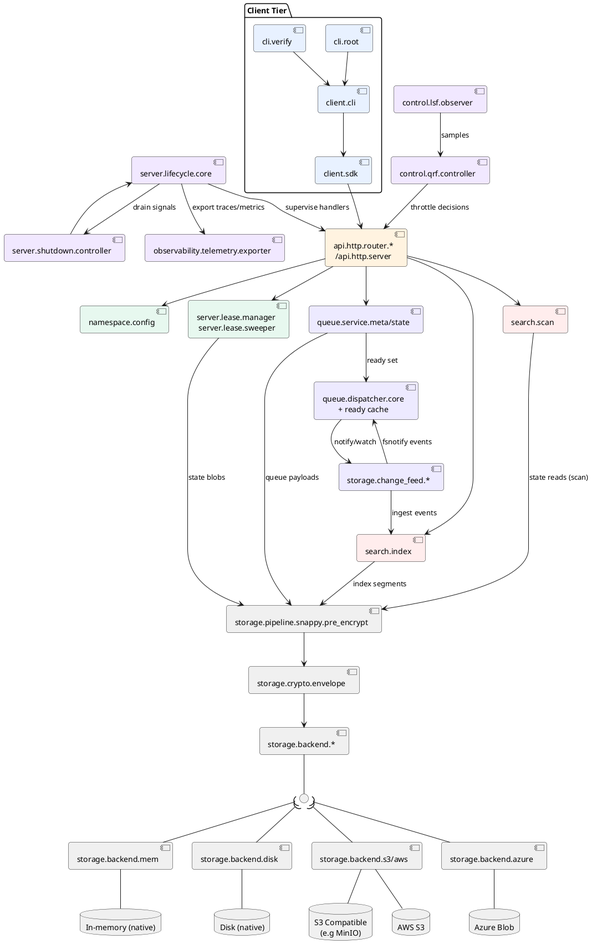
Earlier version of the PlantUML export docs/diagrams/component-view.png (sa6mwa/lockd). The source it was exported from:
```plantuml
@startuml
skinparam backgroundColor transparent
skinparam shadowing false
skinparam roundcorner 8
skinparam wrapWidth 200
skinparam defaultTextAlignment center
skinparam packageBackgroundColor white

!define COLOR_CLIENT #E8F1FF
!define COLOR_CONTROL #F1E8FF
!define COLOR_HTTP #FFF3E0
!define COLOR_SERVICE #E7F8EF
!define COLOR_QUEUE #EDEAFF
!define COLOR_SEARCH #FFEDED
!define COLOR_STORAGE #F0F0F0

package "Client Tier" {
  component clientSdk as "client.sdk" COLOR_CLIENT
  component clientCli as "client.cli" COLOR_CLIENT
  component cliRoot as "cli.root" COLOR_CLIENT
  component cliVerify as "cli.verify" COLOR_CLIENT
}

clientCli --> clientSdk
cliRoot --> clientCli
cliVerify --> clientCli

component lsf as "control.lsf.observer" COLOR_CONTROL
component qrf as "control.qrf.controller" COLOR_CONTROL
lsf --> qrf : samples

component apiRouter as "api.http.router.*\n/api.http.server" COLOR_HTTP
clientSdk --> apiRouter
qrf --> apiRouter : throttle decisions

component nsConfig as "namespace.config" COLOR_SERVICE
apiRouter --> nsConfig

component leaseSvc as "server.lease.manager \n server.lease.sweeper" COLOR_SERVICE
apiRouter --> leaseSvc

component queueSvc as "queue.service.meta/state" COLOR_QUEUE
component queueDispatch as "queue.dispatcher.core\n+ ready cache" COLOR_QUEUE
component changeFeed as "storage.change_feed.*" COLOR_QUEUE
apiRouter --> queueSvc
queueSvc --> queueDispatch : ready set
queueDispatch --> changeFeed : notify/watch
changeFeed --> queueDispatch : fsnotify events

component searchScan as "search.scan" COLOR_SEARCH
component searchIndex as "search.index" COLOR_SEARCH
apiRouter --> searchScan
apiRouter --> searchIndex
changeFeed --> searchIndex : ingest events

component snappy as "storage.pipeline.snappy.pre_encrypt" COLOR_STORAGE
component crypto as "storage.crypto.envelope" COLOR_STORAGE
component backend as "storage.backend.*" COLOR_STORAGE

component stormem as "storage.backend.mem" COLOR_STORAGE
component stordisk as "storage.backend.disk" COLOR_STORAGE
component stors3 as "storage.backend.s3/aws" COLOR_STORAGE
component storazure as "storage.backend.azure" COLOR_STORAGE

interface backendPort as " " COLOR_STORAGE

database awss3 as "AWS S3" COLOR_STORAGE
database s3compat as "S3 Compatible\n(e.g MinIO)" COLOR_STORAGE
database azureblob as "Azure Blob" COLOR_STORAGE
database disk as "Disk (native)" COLOR_STORAGE
database mem as "In-memory (native)" COLOR_STORAGE

component telemetry as "observability.telemetry.exporter" COLOR_CONTROL
component lifecycle as "server.lifecycle.core" COLOR_CONTROL
lifecycle --> apiRouter : supervise handlers
component shutdownCtl as "server.shutdown.controller" COLOR_CONTROL

leaseSvc --> snappy : state blobs
queueSvc --> snappy : queue payloads
searchScan --> snappy : state reads (scan)
searchIndex --> snappy : index segments

snappy --> crypto
crypto --> backend

backend -- backendPort

backendPort )-down- stormem
backendPort )-down- stordisk
backendPort )-down- stors3
backendPort )-down- storazure

stormem -- mem
stordisk -- disk
stors3 -- awss3
stors3 -- s3compat
storazure -- azureblob

lifecycle --> telemetry : export traces/metrics
shutdownCtl --> lifecycle
lifecycle --> shutdownCtl : drain signals

@enduml
```
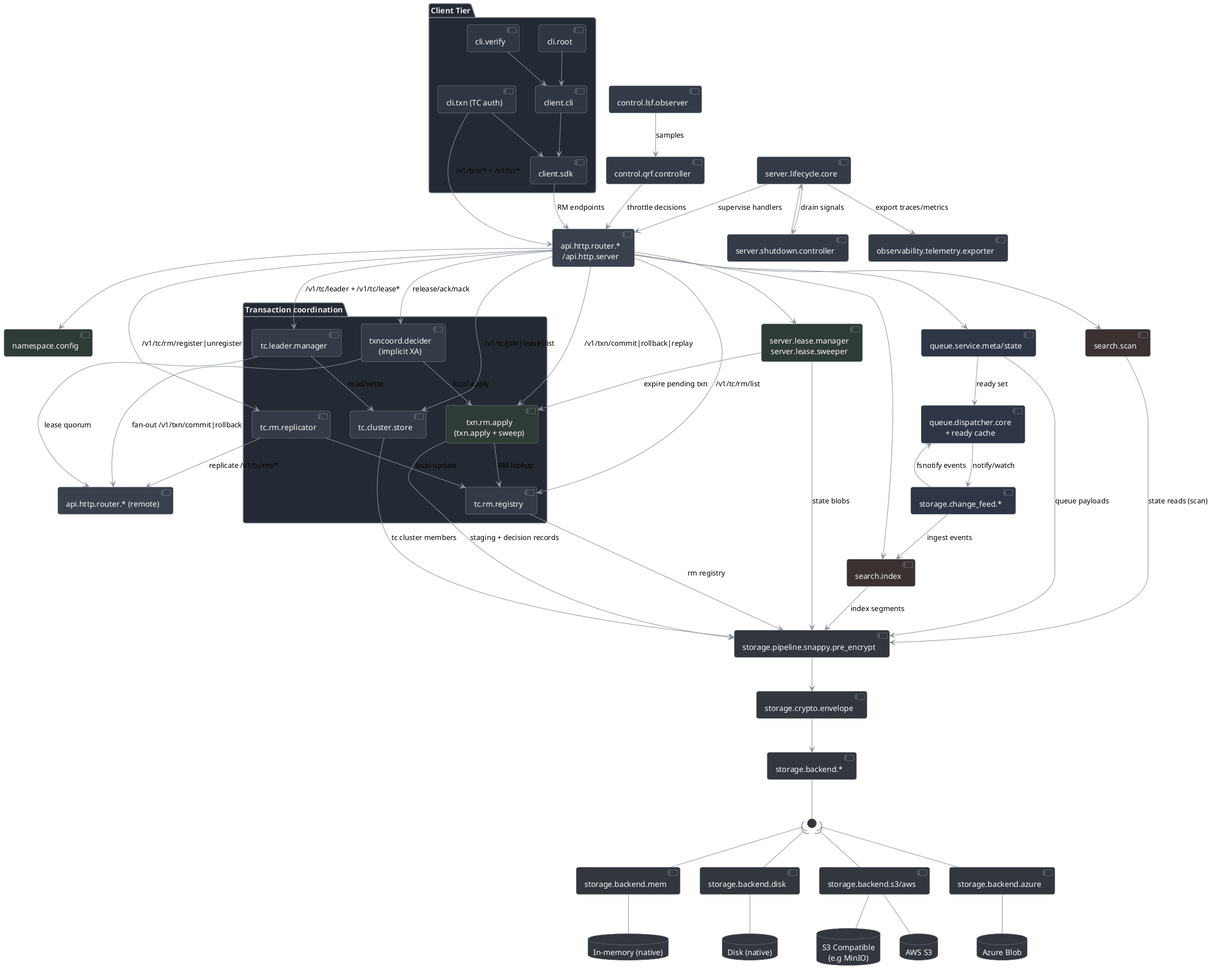
Later version of the same file.

Diff of the diagram source:
```diff
@@ -4,24 +4,34 @@
 skinparam roundcorner 8
 skinparam wrapWidth 200
 skinparam defaultTextAlignment center
-skinparam packageBackgroundColor white
+skinparam ArrowColor #8B949E
+skinparam LineColor #8B949E
+skinparam packageBorderColor #8B949E
+skinparam packageBackgroundColor #242A33
+skinparam packageFontColor #E5E7EB
+skinparam componentBorderColor #8B949E
+skinparam componentFontColor #F8FAFC
+skinparam databaseBorderColor #8B949E
+skinparam databaseFontColor #F8FAFC
 
-!define COLOR_CLIENT #E8F1FF
-!define COLOR_CONTROL #F1E8FF
-!define COLOR_HTTP #FFF3E0
-!define COLOR_SERVICE #E7F8EF
-!define COLOR_QUEUE #EDEAFF
-!define COLOR_SEARCH #FFEDED
-!define COLOR_STORAGE #F0F0F0
+!define COLOR_CLIENT #2F3742
+!define COLOR_CONTROL #343B46
+!define COLOR_HTTP #3A414D
+!define COLOR_SERVICE #2F3B35
+!define COLOR_QUEUE #2E3646
+!define COLOR_SEARCH #3B3131
+!define COLOR_STORAGE #33363D
 
 package "Client Tier" {
   component clientSdk as "client.sdk" COLOR_CLIENT
   component clientCli as "client.cli" COLOR_CLIENT
+  component cliTxn as "cli.txn (TC auth)" COLOR_CLIENT
   component cliRoot as "cli.root" COLOR_CLIENT
   component cliVerify as "cli.verify" COLOR_CLIENT
 }
 
 clientCli --> clientSdk
+cliTxn --> clientSdk
 cliRoot --> clientCli
 cliVerify --> clientCli
 
@@ -30,14 +40,45 @@
 lsf --> qrf : samples
 
 component apiRouter as "api.http.router.*\n/api.http.server" COLOR_HTTP
-clientSdk --> apiRouter
+component apiRouterRemote as "api.http.router.* (remote)" COLOR_HTTP
+clientSdk --> apiRouter : RM endpoints
+cliTxn --> apiRouter : /v1/txn/* + /v1/tc/*
 qrf --> apiRouter : throttle decisions
+
+package "Transaction coordination" {
+  component txnDecider as "txncoord.decider\n(implicit XA)" COLOR_CONTROL
+  component txnApply as "txn.rm.apply\n(txn.apply + sweep)" COLOR_SERVICE
+  component tcLeader as "tc.leader.manager" COLOR_CONTROL
+  component tcCluster as "tc.cluster.store" COLOR_CONTROL
+  component tcRMRegistry as "tc.rm.registry" COLOR_CONTROL
+  component tcRMReplicator as "tc.rm.replicator" COLOR_CONTROL
+}
+
+apiRouter --> txnDecider : release/ack/nack
+apiRouter --> txnApply : /v1/txn/commit|rollback|replay
+txnDecider --> txnApply : local apply
+
+txnDecider --> apiRouterRemote : fan-out /v1/txn/commit|rollback
+
+apiRouter --> tcLeader : /v1/tc/leader + /v1/tc/lease*
+apiRouter --> tcCluster : /v1/tc/join|leave|list
+apiRouter --> tcRMRegistry : /v1/tc/rm/list
+apiRouter --> tcRMReplicator : /v1/tc/rm/register|unregister
+
+tcLeader --> apiRouterRemote : lease quorum
+tcLeader --> tcCluster : read/write
+
+tcRMReplicator --> tcRMRegistry : local update
+tcRMReplicator --> apiRouterRemote : replicate /v1/tc/rm/*
+
+txnApply --> tcRMRegistry : RM lookup
 
 component nsConfig as "namespace.config" COLOR_SERVICE
 apiRouter --> nsConfig
 
-component leaseSvc as "server.lease.manager \n server.lease.sweeper" COLOR_SERVICE
+component leaseSvc as "server.lease.manager\nserver.lease.sweeper" COLOR_SERVICE
 apiRouter --> leaseSvc
+leaseSvc --> txnApply : expire pending txn
 
 component queueSvc as "queue.service.meta/state" COLOR_QUEUE
 component queueDispatch as "queue.dispatcher.core\n+ ready cache" COLOR_QUEUE
@@ -80,6 +121,10 @@
 searchScan --> snappy : state reads (scan)
 searchIndex --> snappy : index segments
 
+txnApply --> snappy : staging + decision records
+tcCluster --> snappy : tc cluster members
+tcRMRegistry --> snappy : rm registry
+
 snappy --> crypto
 crypto --> backend
 
```
